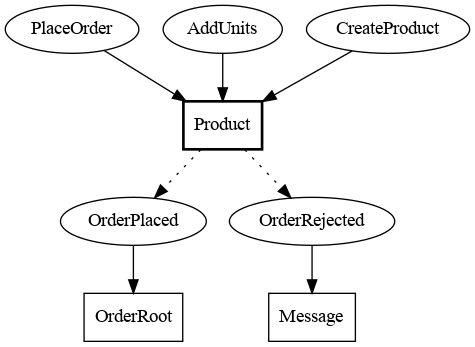
pousse-cafe/pousse-cafe.github.io keeps this Graphviz diagram as shop-doc/img/shop_product_events.png. Above is the earlier version. Its source is kept beside it as shop-doc/img/shop_product_events.dot.
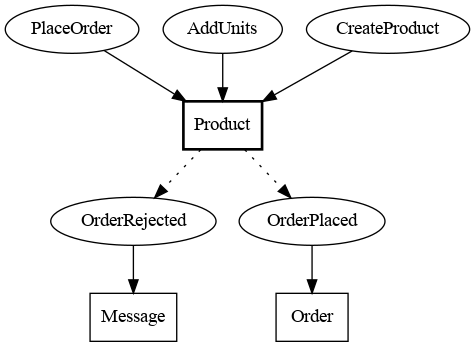
Later version of the same file.

Change to the diagram source:
```diff
@@ -1,18 +1,18 @@
 digraph {
 splines=spline;
+"OrderRejected" -> "Message" [style=solid];
 "PlaceOrder" -> "Product" [style=solid];
-"Product" -> "OrderPlaced" [style=dotted];
-"OrderPlaced" -> "OrderRoot" [style=solid];
-"Product" -> "OrderRejected" [style=dotted];
-"OrderRejected" -> "Message" [style=solid];
 "AddUnits" -> "Product" [style=solid];
 "CreateProduct" -> "Product" [style=solid];
+"Product" -> "OrderPlaced" [style=dotted];
+"Product" -> "OrderRejected" [style=dotted];
+"OrderPlaced" -> "Order" [style=solid];
+"Order"[shape=box];
 "PlaceOrder"[shape=ellipse];
 "Message"[shape=box];
 "OrderRejected"[shape=ellipse];
 "CreateProduct"[shape=ellipse];
 "OrderPlaced"[shape=ellipse];
 "Product"[shape=box,style=bold];
-"OrderRoot"[shape=box];
 "AddUnits"[shape=ellipse];
 }
```
